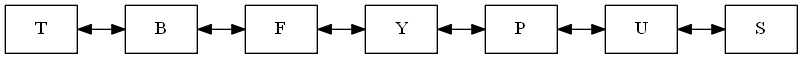
Above: imagenes/lista_letras_player_uno.png in RoberttHernan/EDD_1S2020_PY1_201700870 (Graphviz), before the change. Its source is kept beside it as dot_s/lista_letras_player_uno.dot.
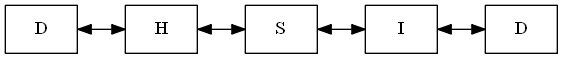
The same file after the commit.

The edit, as a diff of the source:
```diff
@@ -1,13 +1,11 @@
 digraph G {
  rankdir=LR
  node[shape=box]
-node1[label = "T"]
-node2[label = "B"]
-node3[label = "F"]
-node4[label = "Y"]
-node5[label = "P"]
-node6[label = "U"]
-node7[label = "S"]
-node1->node2->node3->node4->node5->node6->node7[dir=both];
+node1[label = "D"]
+node2[label = "H"]
+node3[label = "S"]
+node4[label = "I"]
+node5[label = "D"]
+node1->node2->node3->node4->node5[dir=both];
 
 }
```
